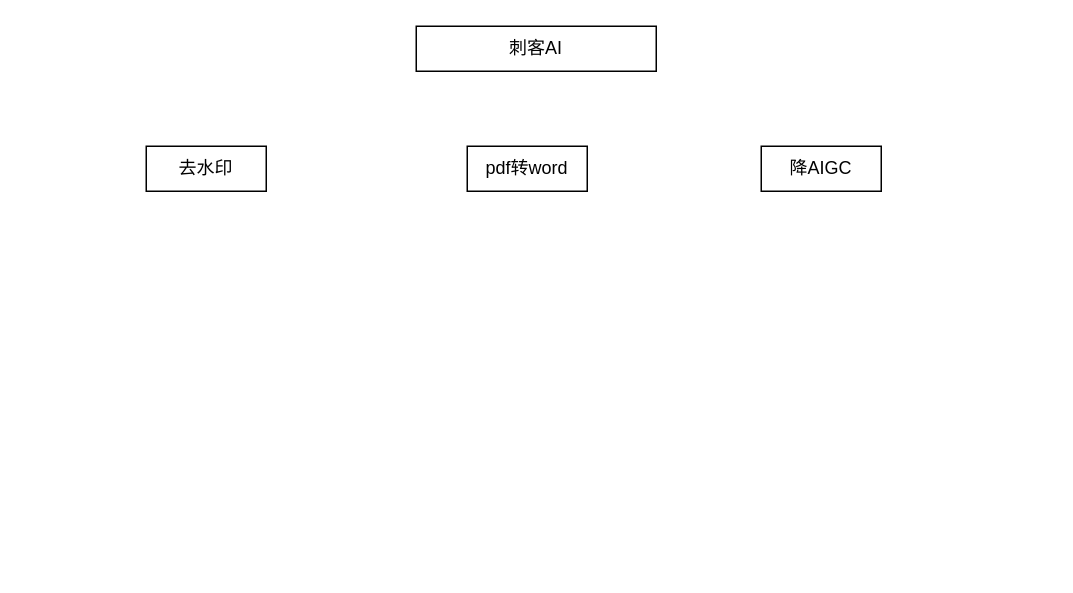
Before: 刺客AI.drawio in jensen1404ai-bit/Draw.io, a draw.io diagram. Source tidied: cells renumbered, new cells numbered last; positions are measured from the earlier drawing's top-left corner, leaving out a move shared by most shapes. Both pictures are drawn from the tidied source at 150%, with x=0, y=0 at pixel (146, 26).
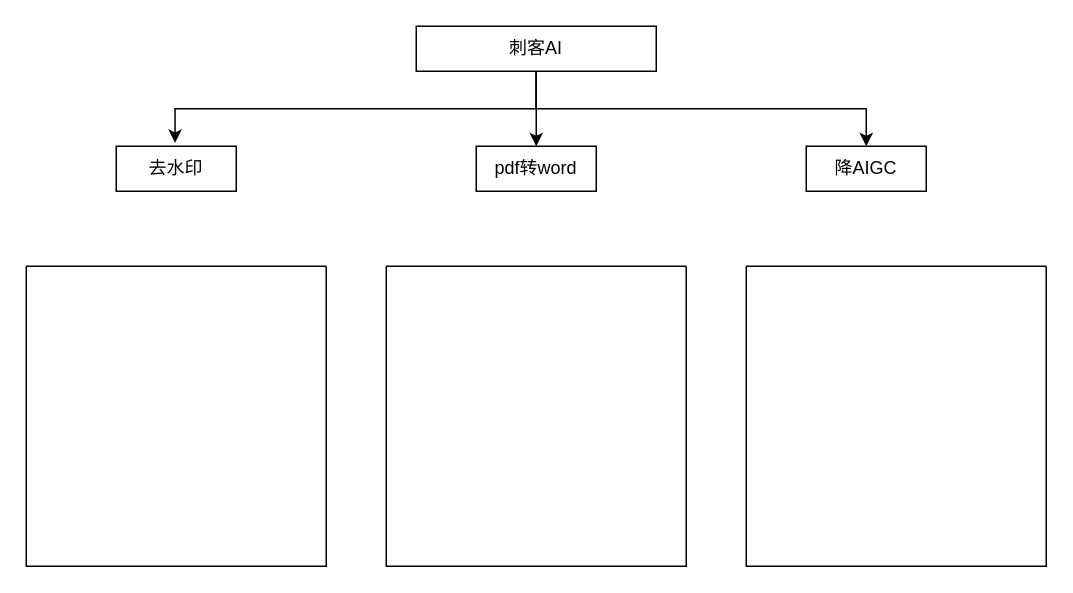
Above is the later version.

Change to the diagram source:
```diff
@@
 <mxGraphModel>
   <root>
     <mxCell id="0" />
     <mxCell id="1" parent="0" />
+    <mxCell id="6" style="edgeStyle=orthogonalEdgeStyle;rounded=0;jettySize=auto;html=1;exitX=0.5;exitY=1;exitDx=0;exitDy=0;" parent="1" edge="1" source="2" target="4">
+      <mxGeometry relative="1" as="geometry" />
+    </mxCell>
+    <mxCell id="7" style="edgeStyle=orthogonalEdgeStyle;rounded=0;jettySize=auto;html=1;exitX=0.5;exitY=1;exitDx=0;exitDy=0;" parent="1" edge="1" source="2" target="5">
+      <mxGeometry relative="1" as="geometry" />
+    </mxCell>
     <mxCell id="2" value="刺客AI" style="rounded=0;whiteSpace=wrap;html=1;" parent="1" vertex="1">
       <mxGeometry x="180" width="160" height="30" as="geometry" />
     </mxCell>
     <mxCell id="3" value="去水印" style="rounded=0;whiteSpace=wrap;html=1;" parent="1" vertex="1">
-      <mxGeometry y="80" width="80" height="30" as="geometry" />
+      <mxGeometry x="-20" y="80" width="80" height="30" as="geometry" />
     </mxCell>
     <mxCell id="4" value="pdf转word" style="rounded=0;whiteSpace=wrap;html=1;" parent="1" vertex="1">
-      <mxGeometry x="214" y="80" width="80" height="30" as="geometry" />
+      <mxGeometry x="220" y="80" width="80" height="30" as="geometry" />
     </mxCell>
     <mxCell id="5" value="降AIGC" style="rounded=0;whiteSpace=wrap;html=1;" parent="1" vertex="1">
-      <mxGeometry x="410" y="80" width="80" height="30" as="geometry" />
+      <mxGeometry x="440" y="80" width="80" height="30" as="geometry" />
     </mxCell>
+    <mxCell id="8" style="edgeStyle=orthogonalEdgeStyle;rounded=0;jettySize=auto;html=1;exitX=0.5;exitY=1;exitDx=0;exitDy=0;entryX=0.49;entryY=-0.073;entryDx=0;entryDy=0;entryPerimeter=0;" parent="1" edge="1" source="2" target="3">
+      <mxGeometry relative="1" as="geometry" />
+    </mxCell>
+    <mxCell id="9" style="swimlane;startSize=0;" parent="1" vertex="1">
+      <mxGeometry x="-80" y="160" width="200" height="200" as="geometry" />
+    </mxCell>
+    <mxCell id="10" style="swimlane;startSize=0;" parent="1" vertex="1">
+      <mxGeometry x="160" y="160" width="200" height="200" as="geometry" />
+    </mxCell>
+    <mxCell id="11" style="swimlane;startSize=0;" parent="1" vertex="1">
+      <mxGeometry x="400" y="160" width="200" height="200" as="geometry" />
+    </mxCell>
   </root>
 </mxGraphModel>
```
